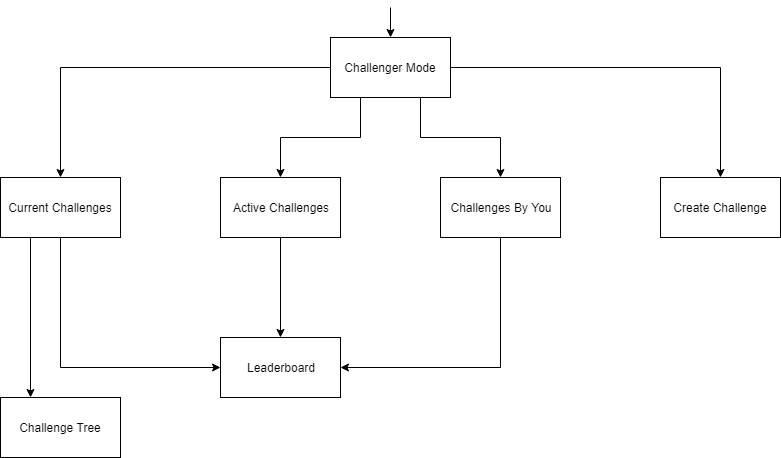
AniG007/TreeCare-Tournament keeps this draw.io diagram as Flowcharts/Challenger mode flowchart.png. Above is the earlier version. Source tidied: cells renumbered, new cells last; positions are measured from the earlier drawing's top-left corner, leaving out a move shared by most shapes. Source of this version:
```xml
<mxGraphModel>
  <root>
    <mxCell id="0" />
    <mxCell id="1" parent="0" />
    <mxCell id="2" style="edgeStyle=orthogonalEdgeStyle;rounded=0;jettySize=auto;html=1;exitX=0;exitY=0.5;exitDx=0;exitDy=0;" parent="1" edge="1" source="7" target="10">
      <mxGeometry relative="1" as="geometry" />
    </mxCell>
    <mxCell id="3" style="edgeStyle=orthogonalEdgeStyle;rounded=0;jettySize=auto;html=1;exitX=0.25;exitY=1;exitDx=0;exitDy=0;" parent="1" edge="1" source="7" target="12">
      <mxGeometry relative="1" as="geometry" />
    </mxCell>
    <mxCell id="4" style="edgeStyle=orthogonalEdgeStyle;rounded=0;jettySize=auto;html=1;exitX=0.75;exitY=1;exitDx=0;exitDy=0;" parent="1" edge="1" source="7" target="14">
      <mxGeometry relative="1" as="geometry" />
    </mxCell>
    <mxCell id="5" style="edgeStyle=orthogonalEdgeStyle;rounded=0;jettySize=auto;html=1;exitX=1;exitY=0.5;exitDx=0;exitDy=0;" parent="1" edge="1" source="7" target="15">
      <mxGeometry relative="1" as="geometry" />
    </mxCell>
    <mxCell id="6" style="edgeStyle=orthogonalEdgeStyle;rounded=0;jettySize=auto;html=1;" parent="1" edge="1" target="7">
      <mxGeometry relative="1" as="geometry">
        <mxPoint x="390" as="sourcePoint" />
      </mxGeometry>
    </mxCell>
    <mxCell id="7" value="Challenger Mode" style="rounded=0;whiteSpace=wrap;html=1;" parent="1" vertex="1">
      <mxGeometry x="330" y="30" width="120" height="60" as="geometry" />
    </mxCell>
    <mxCell id="8" style="edgeStyle=orthogonalEdgeStyle;rounded=0;jettySize=auto;html=1;exitX=0.5;exitY=1;exitDx=0;exitDy=0;entryX=0;entryY=0.5;entryDx=0;entryDy=0;" parent="1" edge="1" source="10" target="16">
      <mxGeometry relative="1" as="geometry" />
    </mxCell>
    <mxCell id="9" style="edgeStyle=orthogonalEdgeStyle;rounded=0;jettySize=auto;html=1;exitX=0.25;exitY=1;exitDx=0;exitDy=0;entryX=0.25;entryY=0;entryDx=0;entryDy=0;" parent="1" edge="1" source="10" target="17">
      <mxGeometry relative="1" as="geometry" />
    </mxCell>
    <mxCell id="10" value="Current Challenges" style="rounded=0;whiteSpace=wrap;html=1;" parent="1" vertex="1">
      <mxGeometry y="170" width="120" height="60" as="geometry" />
    </mxCell>
    <mxCell id="11" style="edgeStyle=orthogonalEdgeStyle;rounded=0;jettySize=auto;html=1;" parent="1" edge="1" source="12" target="16">
      <mxGeometry relative="1" as="geometry" />
    </mxCell>
    <mxCell id="12" value="Active Challenges" style="rounded=0;whiteSpace=wrap;html=1;" parent="1" vertex="1">
      <mxGeometry x="220" y="170" width="120" height="60" as="geometry" />
    </mxCell>
    <mxCell id="13" style="edgeStyle=orthogonalEdgeStyle;rounded=0;jettySize=auto;html=1;exitX=0.5;exitY=1;exitDx=0;exitDy=0;entryX=1;entryY=0.5;entryDx=0;entryDy=0;" parent="1" edge="1" source="14" target="16">
      <mxGeometry relative="1" as="geometry" />
    </mxCell>
    <mxCell id="14" value="Challenges By You" style="rounded=0;whiteSpace=wrap;html=1;" parent="1" vertex="1">
      <mxGeometry x="440" y="170" width="120" height="60" as="geometry" />
    </mxCell>
    <mxCell id="15" value="Create Challenge" style="rounded=0;whiteSpace=wrap;html=1;" parent="1" vertex="1">
      <mxGeometry x="660" y="170" width="120" height="60" as="geometry" />
    </mxCell>
    <mxCell id="16" value="Leaderboard" style="rounded=0;whiteSpace=wrap;html=1;" parent="1" vertex="1">
      <mxGeometry x="220" y="330" width="120" height="60" as="geometry" />
    </mxCell>
    <mxCell id="17" value="Challenge Tree" style="rounded=0;whiteSpace=wrap;html=1;" parent="1" vertex="1">
      <mxGeometry y="390" width="120" height="60" as="geometry" />
    </mxCell>
  </root>
</mxGraphModel>
```
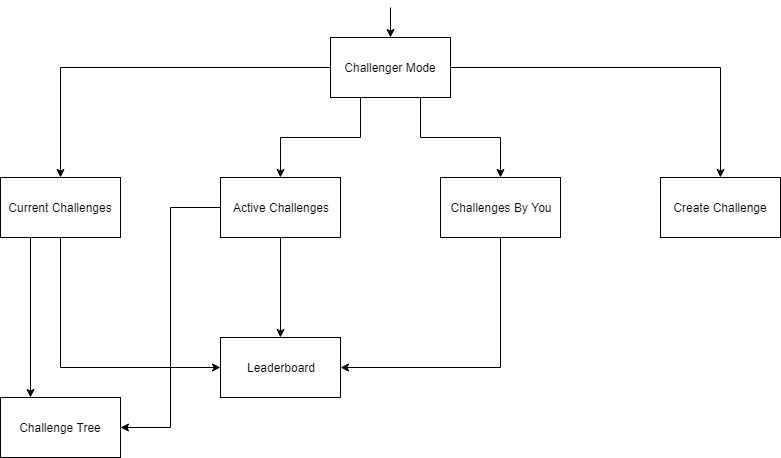
The same file after the commit.

Diff of the diagram source:
```diff
@@ -34,6 +34,9 @@
     <mxCell id="11" style="edgeStyle=orthogonalEdgeStyle;rounded=0;jettySize=auto;html=1;" parent="1" edge="1" source="12" target="16">
       <mxGeometry relative="1" as="geometry" />
     </mxCell>
+    <mxCell id="18" style="edgeStyle=orthogonalEdgeStyle;rounded=0;jettySize=auto;html=1;exitX=0;exitY=0.5;exitDx=0;exitDy=0;entryX=1;entryY=0.5;entryDx=0;entryDy=0;" parent="1" edge="1" source="12" target="17">
+      <mxGeometry relative="1" as="geometry" />
+    </mxCell>
     <mxCell id="12" value="Active Challenges" style="rounded=0;whiteSpace=wrap;html=1;" parent="1" vertex="1">
       <mxGeometry x="220" y="170" width="120" height="60" as="geometry" />
     </mxCell>
```
